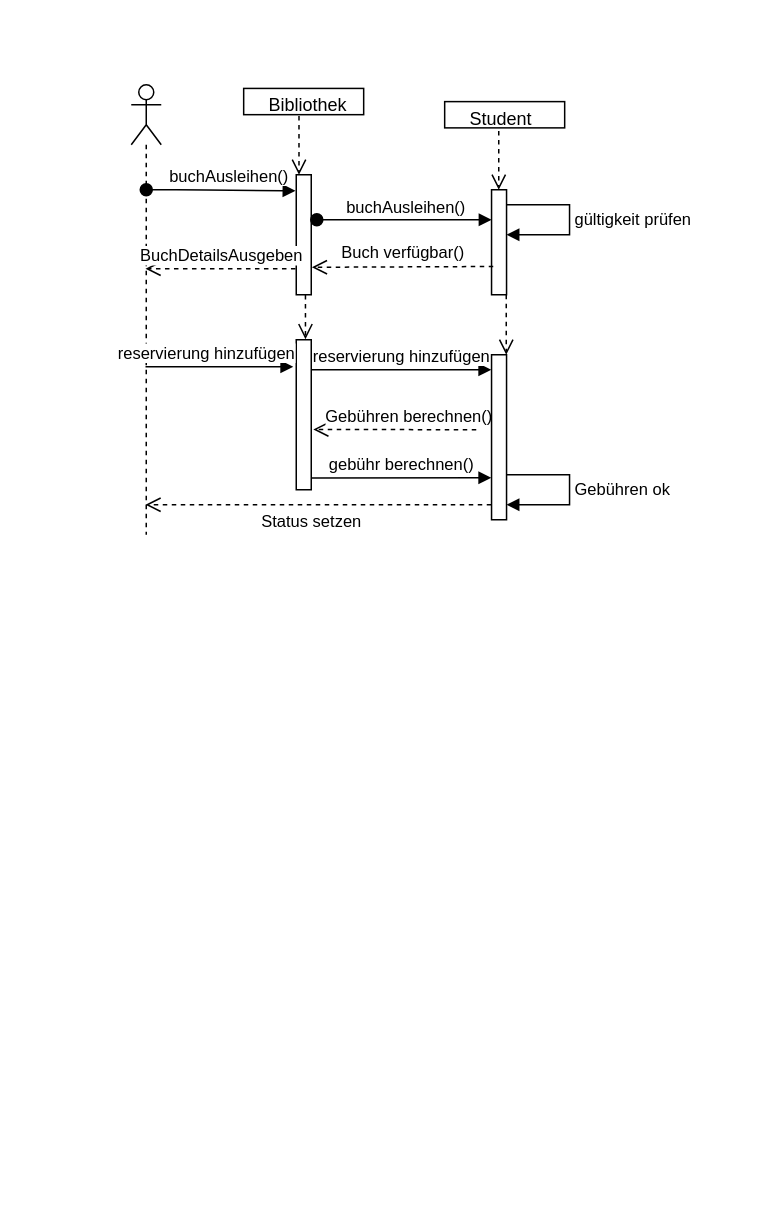
Earlier version of the draw.io diagram SoSe20/src/p2/Untitled Diagram.drawio (JanaMichel/prog2_new). Source tidied: cells renumbered, new cells numbered last; positions are measured from the earlier drawing's top-left corner, leaving out a move shared by most shapes. Both pictures are drawn from the tidied source at 150%, with x=0, y=0 at pixel (130, 40).
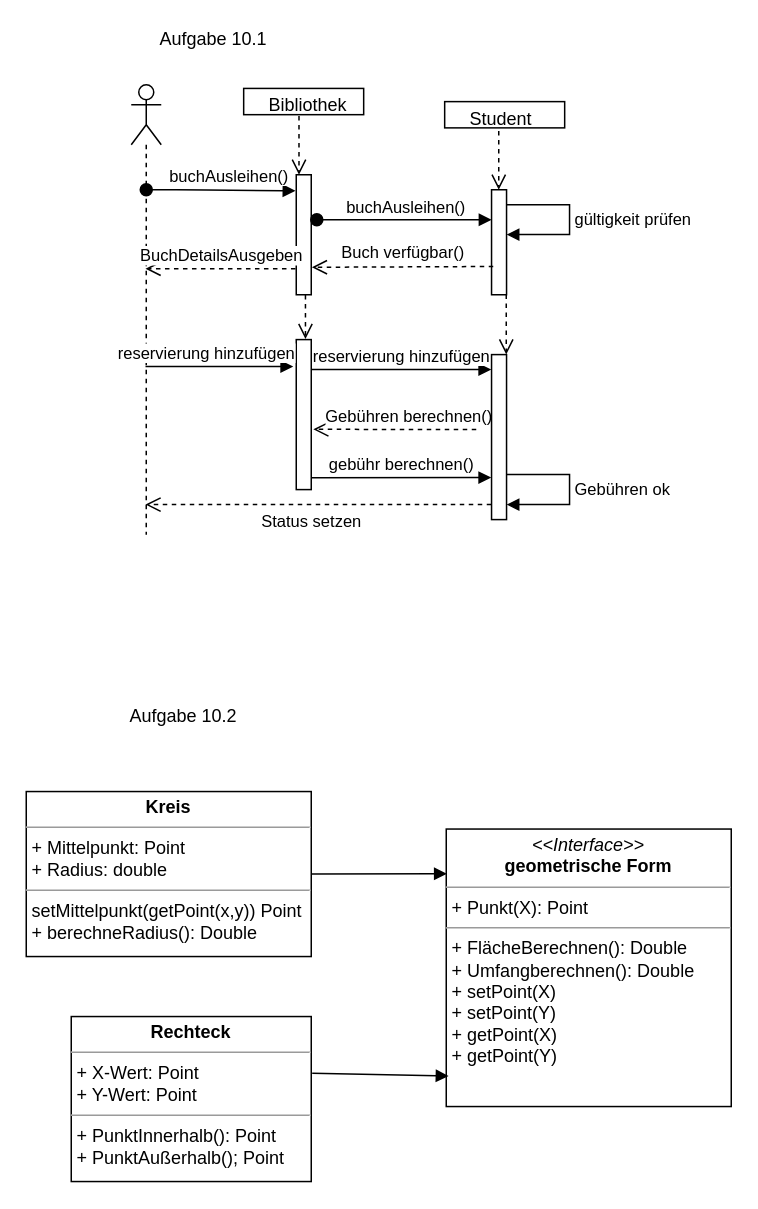
After the change.

Unchanged cells that the change refers to:
```xml
<mxCell id="5" style="shape=umlLifeline;participant=umlActor;perimeter=lifelinePerimeter;whiteSpace=wrap;html=1;verticalAlign=top;spacingTop=36;outlineConnect=0;" parent="1" vertex="1">
  <mxGeometry y="29" width="20" height="300" as="geometry" />
</mxCell>
```

Diff of the diagram source:
```diff
@@
     <mxCell id="2" style="html=1;points=[];perimeter=orthogonalPerimeter;" parent="1" vertex="1">
-      <mxGeometry x="110" y="199" width="10" height="100" as="geometry" />
+      <mxGeometry x="110" y="198.9" width="10" height="100" as="geometry" />
     </mxCell>
@@
     <mxCell id="7" value="Gebühren ok" style="edgeStyle=orthogonalEdgeStyle;html=1;align=left;spacingLeft=2;endArrow=block;rounded=0;" parent="1" edge="1">
       <mxGeometry relative="1" as="geometry">
-        <mxPoint x="250.5" y="289" as="sourcePoint" />
-        <mxPoint x="250.2" y="309" as="targetPoint" />
+        <mxPoint x="250.5" y="288.9" as="sourcePoint" />
+        <mxPoint x="250.2" y="308.9" as="targetPoint" />
         <Array as="points">
-          <mxPoint x="292.2" y="289" />
-          <mxPoint x="292.2" y="309" />
+          <mxPoint x="292.2" y="288.9" />
+          <mxPoint x="292.2" y="308.9" />
         </Array>
       </mxGeometry>
     </mxCell>
@@
     <mxCell id="12" value="Student" style="text;whiteSpace=wrap;html=1;" parent="1" vertex="1">
-      <mxGeometry x="224" y="37.8" width="60" height="10" as="geometry" />
+      <mxGeometry x="224" y="37.7" width="60" height="10" as="geometry" />
     </mxCell>
@@
     <mxCell id="15" value="gültigkeit prüfen" style="edgeStyle=orthogonalEdgeStyle;html=1;align=left;spacingLeft=2;endArrow=block;rounded=0;" parent="1" edge="1">
       <mxGeometry relative="1" as="geometry">
         <mxPoint x="250.5" y="109" as="sourcePoint" />
-        <mxPoint x="250.2" y="129" as="targetPoint" />
+        <mxPoint x="250.2" y="128.9" as="targetPoint" />
         <Array as="points">
           <mxPoint x="292.2" y="109" />
-          <mxPoint x="292.2" y="129" />
+          <mxPoint x="292.2" y="128.9" />
         </Array>
       </mxGeometry>
     </mxCell>
     <mxCell id="16" value="Gebühren berechnen()" style="html=1;verticalAlign=bottom;endArrow=open;dashed=1;endSize=8;entryX=1.138;entryY=0.598;entryDx=0;entryDy=0;entryPerimeter=0;" parent="1" edge="1" target="2">
       <mxGeometry x="-0.17" relative="1" as="geometry">
-        <mxPoint x="230" y="259" as="sourcePoint" />
+        <mxPoint x="230" y="258.9" as="sourcePoint" />
       </mxGeometry>
     </mxCell>
     <mxCell id="17" value="gebühr berechnen()" style="html=1;verticalAlign=bottom;endArrow=block;exitX=1.043;exitY=0.921;exitDx=0;exitDy=0;exitPerimeter=0;" parent="1" edge="1" source="2">
       <mxGeometry relative="1" as="geometry">
-        <mxPoint x="240" y="291" as="targetPoint" />
+        <mxPoint x="240" y="290.9" as="targetPoint" />
       </mxGeometry>
     </mxCell>
@@
     <mxCell id="20" value="reservierung hinzufügen" style="html=1;verticalAlign=bottom;endArrow=block;" parent="1" edge="1" source="5">
       <mxGeometry x="-0.18" relative="1" as="geometry">
-        <mxPoint x="108" y="217" as="targetPoint" />
+        <mxPoint x="108" y="216.9" as="targetPoint" />
       </mxGeometry>
     </mxCell>
@@
     <mxCell id="22" value="reservierung hinzufügen" style="html=1;verticalAlign=bottom;endArrow=block;" parent="1" edge="1">
       <mxGeometry relative="1" as="geometry">
-        <mxPoint x="120" y="219" as="sourcePoint" />
-        <mxPoint x="240" y="219" as="targetPoint" />
+        <mxPoint x="120" y="218.9" as="sourcePoint" />
+        <mxPoint x="240" y="218.9" as="targetPoint" />
       </mxGeometry>
     </mxCell>
     <mxCell id="23" style="html=1;perimeter=orthogonalPerimeter;" parent="1" vertex="1">
-      <mxGeometry x="240.2" y="209" width="10" height="110" as="geometry" />
+      <mxGeometry x="240.2" y="208.9" width="10" height="110" as="geometry" />
     </mxCell>
     <mxCell id="24" style="html=1;verticalAlign=bottom;endArrow=open;dashed=1;endSize=8;" parent="1" edge="1">
       <mxGeometry x="0.5" y="30" relative="1" as="geometry">
-        <mxPoint x="250" y="169" as="sourcePoint" />
-        <mxPoint x="250" y="209" as="targetPoint" />
+        <mxPoint x="250" y="168.9" as="sourcePoint" />
+        <mxPoint x="250" y="208.9" as="targetPoint" />
       </mxGeometry>
     </mxCell>
     <mxCell id="25" value="Status setzen" style="html=1;verticalAlign=bottom;endArrow=open;dashed=1;endSize=8;" parent="1" edge="1" target="5">
       <mxGeometry x="0.04" y="20" relative="1" as="geometry">
-        <mxPoint x="240" y="309" as="sourcePoint" />
+        <mxPoint x="240" y="308.9" as="sourcePoint" />
       </mxGeometry>
     </mxCell>
+    <mxCell id="26" value="Aufgabe 10.1" style="text;html=1;strokeColor=none;fillColor=none;align=center;verticalAlign=middle;whiteSpace=wrap;rounded=0;" parent="1" vertex="1">
+      <mxGeometry x="-30" y="-10.8" width="170" height="20" as="geometry" />
+    </mxCell>
+    <mxCell id="27" value="Aufgabe 10.2" style="text;html=1;strokeColor=none;fillColor=none;align=center;verticalAlign=middle;whiteSpace=wrap;rounded=0;" parent="1" vertex="1">
+      <mxGeometry x="-50" y="440.2" width="170" height="20" as="geometry" />
+    </mxCell>
+    <mxCell id="28" value="&lt;p style=&quot;margin: 0px ; margin-top: 4px ; text-align: center&quot;&gt;&lt;i&gt;&amp;lt;&amp;lt;Interface&amp;gt;&amp;gt;&lt;/i&gt;&lt;br&gt;&lt;b&gt;geometrische Form&lt;br&gt;&lt;/b&gt;&lt;/p&gt;&lt;hr size=&quot;1&quot;&gt;&lt;p style=&quot;margin: 0px ; margin-left: 4px&quot;&gt;+ Punkt(X): Point&lt;br&gt;&lt;/p&gt;&lt;hr size=&quot;1&quot;&gt;&lt;p style=&quot;margin: 0px ; margin-left: 4px&quot;&gt;+ FlächeBerechnen(): Double&lt;br&gt;+ Umfangberechnen(): Double&lt;/p&gt;&lt;p style=&quot;margin: 0px ; margin-left: 4px&quot;&gt;+ setPoint(X)&lt;/p&gt;&lt;p style=&quot;margin: 0px ; margin-left: 4px&quot;&gt;+ setPoint(Y)&lt;/p&gt;&lt;p style=&quot;margin: 0px ; margin-left: 4px&quot;&gt;+ getPoint(X)&lt;/p&gt;&lt;p style=&quot;margin: 0px ; margin-left: 4px&quot;&gt;+ getPoint(Y)&lt;br&gt;&lt;/p&gt;" style="verticalAlign=top;align=left;overflow=fill;fontSize=12;fontFamily=Helvetica;html=1;" parent="1" vertex="1">
+      <mxGeometry x="210" y="525.2" width="190" height="185" as="geometry" />
+    </mxCell>
+    <mxCell id="29" value="&lt;p style=&quot;margin: 0px ; margin-top: 4px ; text-align: center&quot;&gt;&lt;b&gt;Rechteck&lt;/b&gt;&lt;/p&gt;&lt;hr size=&quot;1&quot;&gt;&lt;p style=&quot;margin: 0px ; margin-left: 4px&quot;&gt;+ X-Wert: Point&lt;/p&gt;&lt;p style=&quot;margin: 0px ; margin-left: 4px&quot;&gt;+ Y-Wert: Point&lt;br&gt;&lt;/p&gt;&lt;hr size=&quot;1&quot;&gt;&lt;p style=&quot;margin: 0px ; margin-left: 4px&quot;&gt;+ PunktInnerhalb(): Point&lt;/p&gt;&lt;p style=&quot;margin: 0px ; margin-left: 4px&quot;&gt;+ PunktAußerhalb(); Point&lt;br&gt;&lt;/p&gt;" style="verticalAlign=top;align=left;overflow=fill;fontSize=12;fontFamily=Helvetica;html=1;" parent="1" vertex="1">
+      <mxGeometry x="-40" y="650.2" width="160" height="110" as="geometry" />
+    </mxCell>
+    <mxCell id="30" value="&lt;p style=&quot;margin: 0px ; margin-top: 4px ; text-align: center&quot;&gt;&lt;b&gt;Kreis&lt;/b&gt;&lt;/p&gt;&lt;hr size=&quot;1&quot;&gt;&lt;p style=&quot;margin: 0px ; margin-left: 4px&quot;&gt;+ Mittelpunkt: Point&lt;br&gt;+ Radius: double&lt;/p&gt;&lt;hr size=&quot;1&quot;&gt;&lt;p style=&quot;margin: 0px ; margin-left: 4px&quot;&gt;setMittelpunkt(getPoint(x,y)) Point&lt;br&gt;&lt;/p&gt;&lt;p style=&quot;margin: 0px ; margin-left: 4px&quot;&gt;+ berechneRadius(): Double&lt;br&gt;&lt;/p&gt;" style="verticalAlign=top;align=left;overflow=fill;fontSize=12;fontFamily=Helvetica;html=1;" parent="1" vertex="1">
+      <mxGeometry x="-70" y="500.2" width="190" height="110" as="geometry" />
+    </mxCell>
+    <mxCell id="31" style="html=1;verticalAlign=bottom;endArrow=block;entryX=0.008;entryY=0.89;entryDx=0;entryDy=0;entryPerimeter=0;exitX=1.004;exitY=0.343;exitDx=0;exitDy=0;exitPerimeter=0;" parent="1" edge="1" source="29" target="28">
+      <mxGeometry relative="1" as="geometry" />
+    </mxCell>
+    <mxCell id="32" style="html=1;verticalAlign=bottom;endArrow=block;entryX=0.002;entryY=0.161;entryDx=0;entryDy=0;entryPerimeter=0;" parent="1" edge="1" source="30" target="28">
+      <mxGeometry x="0.11" y="15" relative="1" as="geometry" />
+    </mxCell>
```
